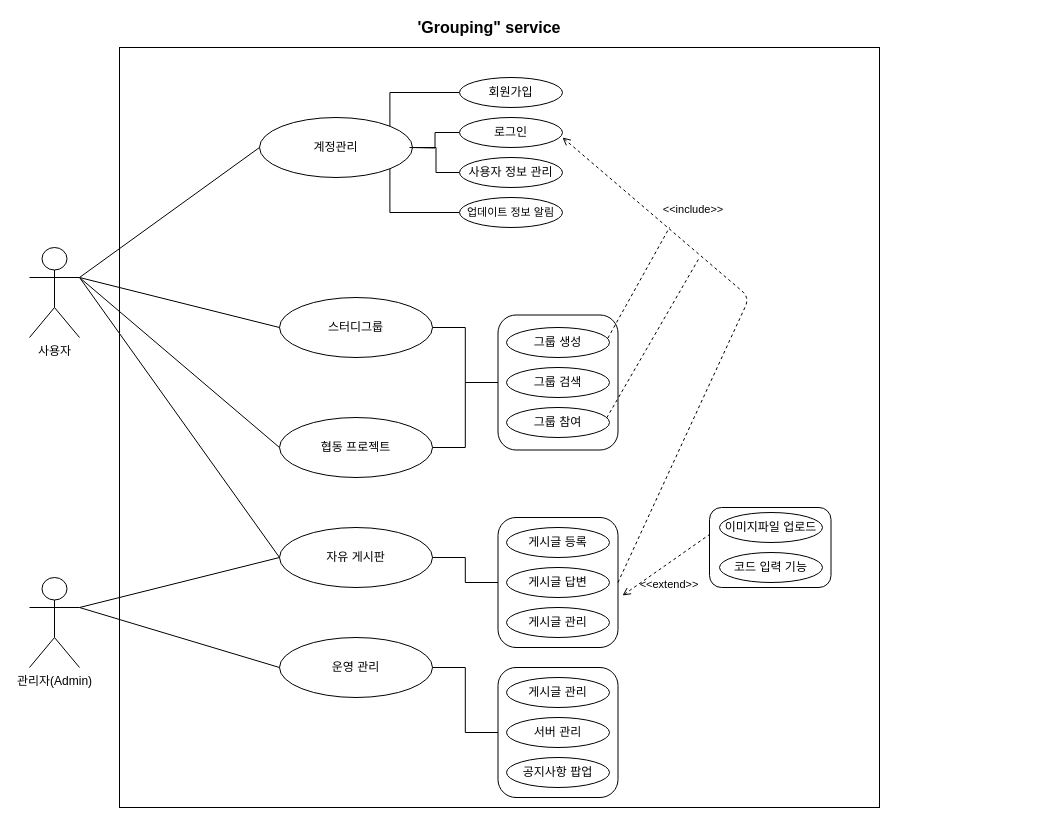
Above: Documents/UseCase Diagram_For_Grouping.drawio in dlwlsdn201/sideproject_grouping (draw.io), before the change. Source tidied: cells renumbered, new cells numbered last; positions are measured from the earlier drawing's top-left corner, leaving out a move shared by most shapes. Both pictures are drawn from the tidied source at 100%, with x=0, y=0 at pixel (29, 17).
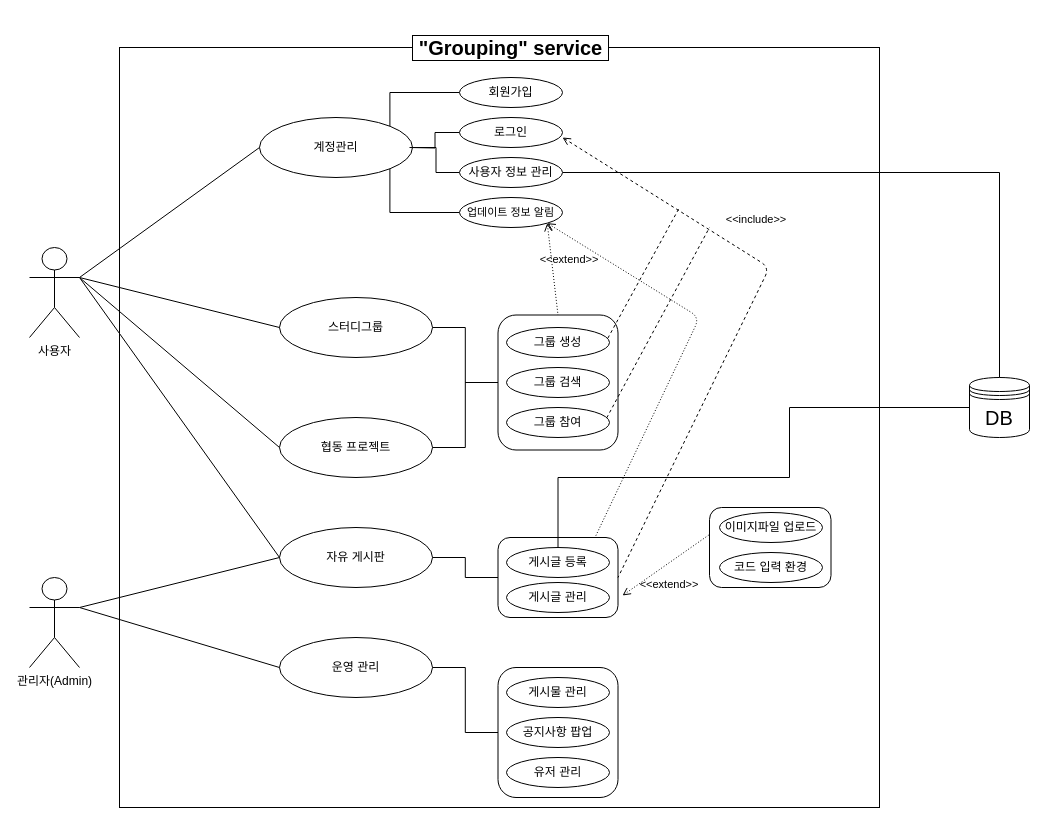
Above is the later version.

The change refers to these unchanged cells:
```xml
<mxCell id="22" value="&lt;font style=&quot;font-size: 11px&quot;&gt;업데이트 정보 알림&lt;/font&gt;" style="ellipse;whiteSpace=wrap;html=1;" parent="1" vertex="1">
  <mxGeometry x="430" y="180" width="103" height="30" as="geometry" />
</mxCell>
<mxCell id="24" value="사용자 정보 관리" style="ellipse;whiteSpace=wrap;html=1;" parent="1" vertex="1">
  <mxGeometry x="430" y="140" width="103" height="30" as="geometry" />
</mxCell>
<mxCell id="28" value="그룹 생성" style="ellipse;whiteSpace=wrap;html=1;" parent="1" vertex="1">
  <mxGeometry x="477" y="310" width="103" height="30" as="geometry" />
</mxCell>
<mxCell id="30" value="그룹 참여" style="ellipse;whiteSpace=wrap;html=1;" parent="1" vertex="1">
  <mxGeometry x="477" y="390" width="103" height="30" as="geometry" />
</mxCell>
```

What changed in the source:
```diff
@@
-    <mxCell id="16" value="'Grouping&quot; service" style="text;html=1;strokeColor=none;fillColor=none;align=center;verticalAlign=middle;whiteSpace=wrap;rounded=0;fontStyle=1;fontSize=16;" parent="1" vertex="1">
-      <mxGeometry x="340" width="240" height="20" as="geometry" />
+    <mxCell id="16" value="&amp;nbsp;&quot;Grouping&quot; service&amp;nbsp;" style="text;html=1;align=center;verticalAlign=middle;whiteSpace=wrap;rounded=0;fontStyle=1;fontSize=20;labelBackgroundColor=#FFFFFF;labelBorderColor=#000000;" parent="1" vertex="1">
+      <mxGeometry x="361.5" y="20" width="238.5" height="20" as="geometry" />
     </mxCell>
@@
+    <mxCell id="50" style="edgeStyle=orthogonalEdgeStyle;rounded=0;jettySize=auto;html=1;exitX=1;exitY=0.5;exitDx=0;exitDy=0;entryX=0.5;entryY=0;entryDx=0;entryDy=0;fontSize=20;startArrow=none;startFill=0;endArrow=none;endFill=0;" parent="1" edge="1" source="24" target="52">
+      <mxGeometry relative="1" as="geometry" />
+    </mxCell>
@@
     <mxCell id="32" style="rounded=1;whiteSpace=wrap;html=1;fontSize=16;" parent="1" vertex="1">
-      <mxGeometry x="468.5" y="500" width="120" height="130" as="geometry" />
+      <mxGeometry x="468.5" y="520" width="120" height="80" as="geometry" />
     </mxCell>
     <mxCell id="33" value="게시글 관리" style="ellipse;whiteSpace=wrap;html=1;" parent="1" vertex="1">
-      <mxGeometry x="477" y="590" width="103" height="30" as="geometry" />
+      <mxGeometry x="477" y="565" width="103" height="30" as="geometry" />
     </mxCell>
+    <mxCell id="51" style="edgeStyle=orthogonalEdgeStyle;rounded=0;jettySize=auto;html=1;exitX=0.5;exitY=0;exitDx=0;exitDy=0;entryX=0;entryY=0.5;entryDx=0;entryDy=0;startArrow=none;startFill=0;endArrow=none;endFill=0;fontSize=20;" parent="1" edge="1" source="34" target="52">
+      <mxGeometry relative="1" as="geometry">
+        <Array as="points">
+          <mxPoint x="529" y="460" />
+          <mxPoint x="760" y="460" />
+          <mxPoint x="760" y="390" />
+        </Array>
+      </mxGeometry>
+    </mxCell>
     <mxCell id="34" value="게시글 등록" style="ellipse;whiteSpace=wrap;html=1;" parent="1" vertex="1">
-      <mxGeometry x="477" y="510" width="103" height="30" as="geometry" />
+      <mxGeometry x="477" y="530" width="103" height="30" as="geometry" />
     </mxCell>
     <mxCell id="35" style="endArrow=none;dashed=1;html=1;fontSize=16;entryX=1;entryY=0.5;entryDx=0;entryDy=0;startArrow=open;startFill=0;" parent="1" edge="1" target="32">
       <mxGeometry relative="1" as="geometry">
         <mxPoint x="533" y="120" as="sourcePoint" />
         <Array as="points">
-          <mxPoint x="720" y="280" />
+          <mxPoint x="740" y="250" />
         </Array>
       </mxGeometry>
     </mxCell>
     <mxCell id="36" value="&lt;font style=&quot;font-size: 11px&quot;&gt;&amp;lt;&amp;lt;include&amp;gt;&amp;gt;&lt;/font&gt;" style="text;html=1;strokeColor=none;fillColor=none;align=center;verticalAlign=middle;whiteSpace=wrap;rounded=0;fontSize=16;" parent="1" vertex="1">
-      <mxGeometry x="644" y="180" width="40" height="20" as="geometry" />
+      <mxGeometry x="707" y="190" width="40" height="20" as="geometry" />
     </mxCell>
     <mxCell id="37" style="endArrow=none;dashed=1;html=1;fontSize=16;exitX=0.984;exitY=0.355;exitDx=0;exitDy=0;exitPerimeter=0;" parent="1" edge="1" source="28">
       <mxGeometry relative="1" as="geometry">
-        <mxPoint x="640" y="210" as="targetPoint" />
+        <mxPoint x="650" y="190" as="targetPoint" />
       </mxGeometry>
     </mxCell>
     <mxCell id="38" style="endArrow=none;dashed=1;html=1;fontSize=16;exitX=0.973;exitY=0.345;exitDx=0;exitDy=0;exitPerimeter=0;" parent="1" edge="1" source="30">
       <mxGeometry relative="1" as="geometry">
-        <mxPoint x="670" y="240" as="targetPoint" />
+        <mxPoint x="680" y="210" as="targetPoint" />
       </mxGeometry>
     </mxCell>
-    <mxCell id="39" style="endArrow=none;dashed=1;html=1;fontSize=16;startArrow=open;startFill=0;" parent="1" edge="1">
+    <mxCell id="39" style="endArrow=none;dashed=1;html=1;fontSize=16;startArrow=open;startFill=0;dashPattern=1 2;" parent="1" edge="1">
       <mxGeometry relative="1" as="geometry">
         <mxPoint x="593" y="578" as="sourcePoint" />
         <mxPoint x="690" y="510" as="targetPoint" />
       </mxGeometry>
     </mxCell>
@@
-    <mxCell id="42" value="코드 입력 기능" style="ellipse;whiteSpace=wrap;html=1;" parent="1" vertex="1">
+    <mxCell id="42" value="코드 입력 환경" style="ellipse;whiteSpace=wrap;html=1;" parent="1" vertex="1">
       <mxGeometry x="690" y="535" width="103" height="30" as="geometry" />
     </mxCell>
@@
-    <mxCell id="44" value="게시글 답변" style="ellipse;whiteSpace=wrap;html=1;" parent="1" vertex="1">
-      <mxGeometry x="477" y="550" width="103" height="30" as="geometry" />
-    </mxCell>
@@
-    <mxCell id="47" value="게시글 관리" style="ellipse;whiteSpace=wrap;html=1;" parent="1" vertex="1">
+    <mxCell id="47" value="게시물 관리" style="ellipse;whiteSpace=wrap;html=1;" parent="1" vertex="1">
       <mxGeometry x="477" y="660" width="103" height="30" as="geometry" />
     </mxCell>
-    <mxCell id="48" value="서버 관리" style="ellipse;whiteSpace=wrap;html=1;" parent="1" vertex="1">
-      <mxGeometry x="477" y="700" width="103" height="30" as="geometry" />
-    </mxCell>
     <mxCell id="49" value="공지사항 팝업" style="ellipse;whiteSpace=wrap;html=1;" parent="1" vertex="1">
-      <mxGeometry x="477" y="740" width="103" height="30" as="geometry" />
+      <mxGeometry x="477" y="700" width="103" height="30" as="geometry" />
     </mxCell>
+    <mxCell id="52" value="DB" style="shape=datastore;whiteSpace=wrap;html=1;rounded=0;labelBackgroundColor=#FFFFFF;fillColor=none;fontSize=20;" parent="1" vertex="1">
+      <mxGeometry x="940" y="360" width="60" height="60" as="geometry" />
+    </mxCell>
+    <mxCell id="53" value="유저 관리" style="ellipse;whiteSpace=wrap;html=1;" parent="1" vertex="1">
+      <mxGeometry x="477" y="740" width="103" height="30" as="geometry" />
+    </mxCell>
+    <mxCell id="54" style="endArrow=none;dashed=1;html=1;fontSize=16;entryX=1;entryY=0.5;entryDx=0;entryDy=0;startArrow=open;startFill=0;exitX=1;exitY=1;exitDx=0;exitDy=0;dashPattern=1 2;" parent="1" edge="1" source="22">
+      <mxGeometry relative="1" as="geometry">
+        <mxPoint x="528.5" y="297.5" as="targetPoint" />
+      </mxGeometry>
+    </mxCell>
+    <mxCell id="55" style="endArrow=none;dashed=1;html=1;fontSize=16;entryX=1;entryY=0.5;entryDx=0;entryDy=0;startArrow=open;startFill=0;exitX=1;exitY=1;exitDx=0;exitDy=0;dashPattern=1 2;" parent="1" edge="1" source="22">
+      <mxGeometry relative="1" as="geometry">
+        <mxPoint x="565.5" y="520" as="targetPoint" />
+        <Array as="points">
+          <mxPoint x="670" y="300" />
+        </Array>
+      </mxGeometry>
+    </mxCell>
+    <mxCell id="56" value="&lt;font style=&quot;font-size: 11px&quot;&gt;&amp;lt;&amp;lt;extend&amp;gt;&amp;gt;&lt;/font&gt;" style="text;html=1;strokeColor=none;fillColor=none;align=center;verticalAlign=middle;whiteSpace=wrap;rounded=0;fontSize=16;" parent="1" vertex="1">
+      <mxGeometry x="520" y="230" width="40" height="20" as="geometry" />
+    </mxCell>
```
